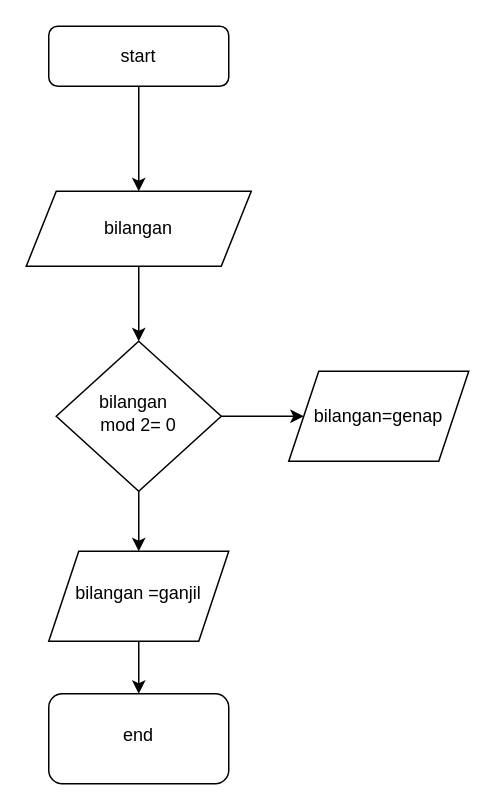
The draw.io diagram bilangan ganjil genap.drawio in eevnsm/algo_C_23241105, before the edit. Source tidied: cells renumbered, new cells numbered last; positions are measured from the earlier drawing's top-left corner, leaving out a move shared by most shapes. Both pictures are drawn from the tidied source at 150%, with x=0, y=0 at pixel (26, 26).
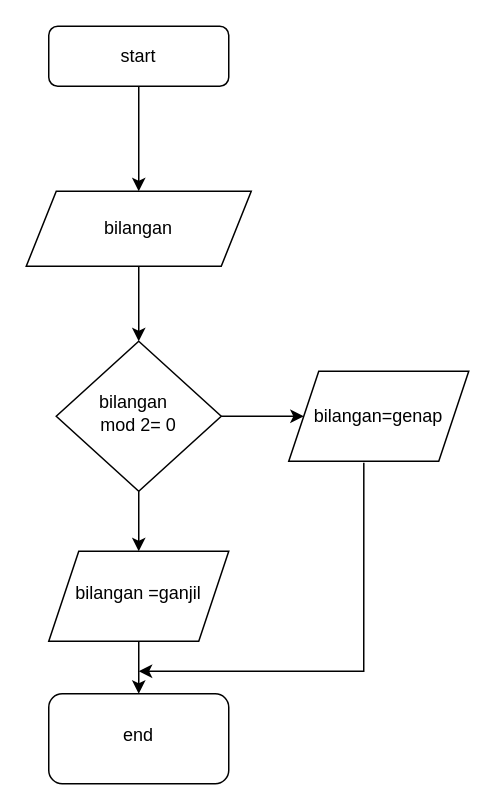
After the change.

Diff of the diagram source:
```diff
@@
 <mxGraphModel>
   <root>
     <mxCell id="0" />
     <mxCell id="1" parent="0" />
     <mxCell id="2" style="edgeStyle=orthogonalEdgeStyle;rounded=0;jettySize=auto;html=1;exitX=0.5;exitY=1;exitDx=0;exitDy=0;" parent="1" edge="1" source="3" target="8">
       <mxGeometry relative="1" as="geometry" />
     </mxCell>
     <mxCell id="3" value="start" style="rounded=1;whiteSpace=wrap;html=1;fontSize=12;glass=0;strokeWidth=1;shadow=0;" parent="1" vertex="1">
       <mxGeometry x="15" width="120" height="40" as="geometry" />
     </mxCell>
     <mxCell id="4" style="edgeStyle=orthogonalEdgeStyle;rounded=0;jettySize=auto;html=1;exitX=1;exitY=0.5;exitDx=0;exitDy=0;" parent="1" edge="1" source="6" target="9">
       <mxGeometry relative="1" as="geometry" />
     </mxCell>
     <mxCell id="5" style="edgeStyle=orthogonalEdgeStyle;rounded=0;jettySize=auto;html=1;" parent="1" edge="1" source="6" target="11">
       <mxGeometry relative="1" as="geometry" />
     </mxCell>
     <mxCell id="6" value="&lt;div&gt;bilangan&amp;nbsp;&amp;nbsp;&lt;/div&gt;&lt;div&gt;mod 2= 0&lt;/div&gt;" style="rhombus;whiteSpace=wrap;html=1;shadow=0;fontFamily=Helvetica;fontSize=12;align=center;strokeWidth=1;spacing=6;spacingTop=-4;" parent="1" vertex="1">
       <mxGeometry x="20" y="210" width="110" height="100" as="geometry" />
     </mxCell>
     <mxCell id="7" style="edgeStyle=orthogonalEdgeStyle;rounded=0;jettySize=auto;html=1;entryX=0.5;entryY=0;entryDx=0;entryDy=0;" parent="1" edge="1" source="8" target="6">
       <mxGeometry relative="1" as="geometry" />
     </mxCell>
     <mxCell id="8" value="bilangan" style="shape=parallelogram;perimeter=parallelogramPerimeter;whiteSpace=wrap;html=1;fixedSize=1;" parent="1" vertex="1">
       <mxGeometry y="110" width="150" height="50" as="geometry" />
     </mxCell>
     <mxCell id="9" value="bilangan=genap" style="shape=parallelogram;perimeter=parallelogramPerimeter;whiteSpace=wrap;html=1;fixedSize=1;" parent="1" vertex="1">
       <mxGeometry x="175" y="230" width="120" height="60" as="geometry" />
     </mxCell>
     <mxCell id="10" style="edgeStyle=orthogonalEdgeStyle;rounded=0;jettySize=auto;html=1;" parent="1" edge="1" source="11" target="12">
       <mxGeometry relative="1" as="geometry" />
     </mxCell>
     <mxCell id="11" value="bilangan =ganjil " style="shape=parallelogram;perimeter=parallelogramPerimeter;whiteSpace=wrap;html=1;fixedSize=1;shadow=0;strokeWidth=1;spacing=6;spacingTop=-4;" parent="1" vertex="1">
       <mxGeometry x="15" y="350" width="120" height="60" as="geometry" />
     </mxCell>
     <mxCell id="12" value="end" style="rounded=1;whiteSpace=wrap;html=1;shadow=0;strokeWidth=1;spacing=6;spacingTop=-4;" parent="1" vertex="1">
       <mxGeometry x="15" y="445" width="120" height="60" as="geometry" />
     </mxCell>
+    <mxCell id="13" style="endArrow=classic;html=1;rounded=0;exitX=0.417;exitY=1.017;exitDx=0;exitDy=0;exitPerimeter=0;" parent="1" edge="1" source="9">
+      <mxGeometry relative="1" as="geometry">
+        <mxPoint x="75" y="430" as="targetPoint" />
+        <Array as="points">
+          <mxPoint x="225" y="430" />
+        </Array>
+      </mxGeometry>
+    </mxCell>
   </root>
 </mxGraphModel>
```
